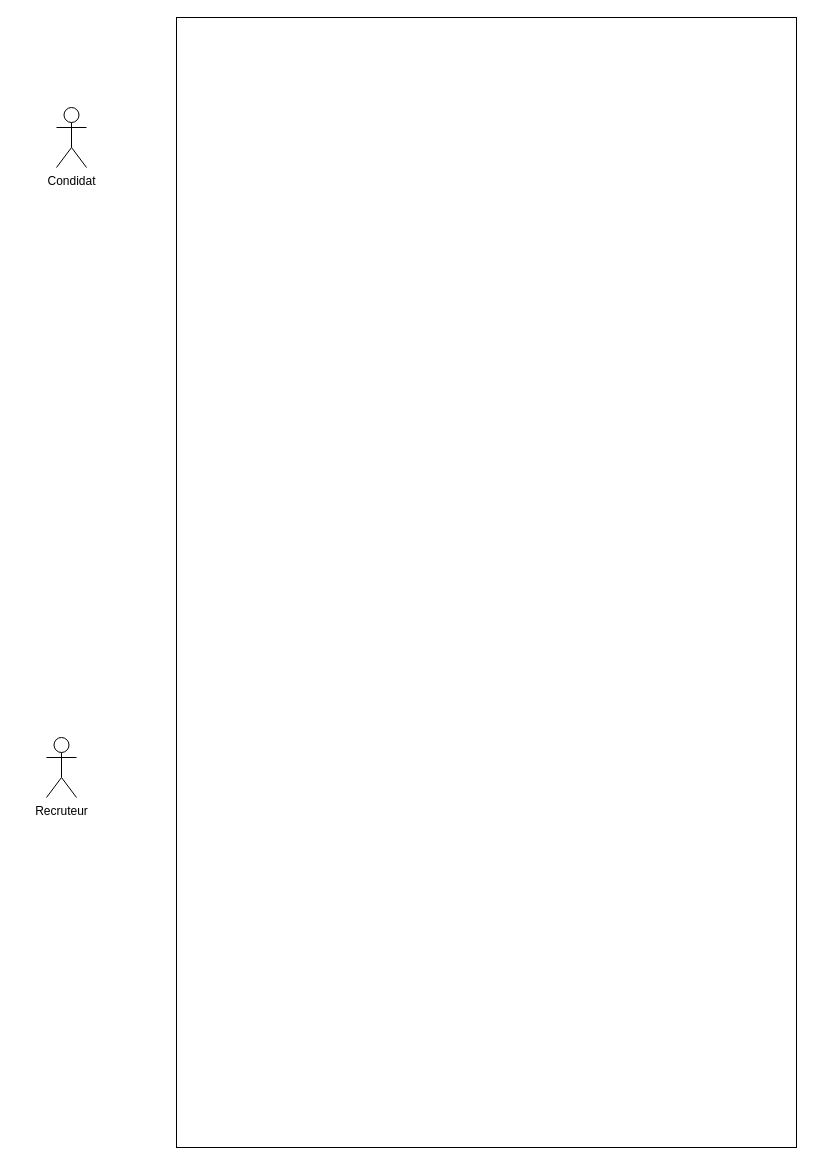
Earlier version of the draw.io diagram diagrammes/TalentPool (use case).drawio (AHLALLAY/TalentPool). Source tidied: cells renumbered, new cells numbered last; positions are measured from the earlier drawing's top-left corner, leaving out a move shared by most shapes. Both pictures are drawn from the tidied source at 100%, with x=0, y=0 at pixel (46, 17).
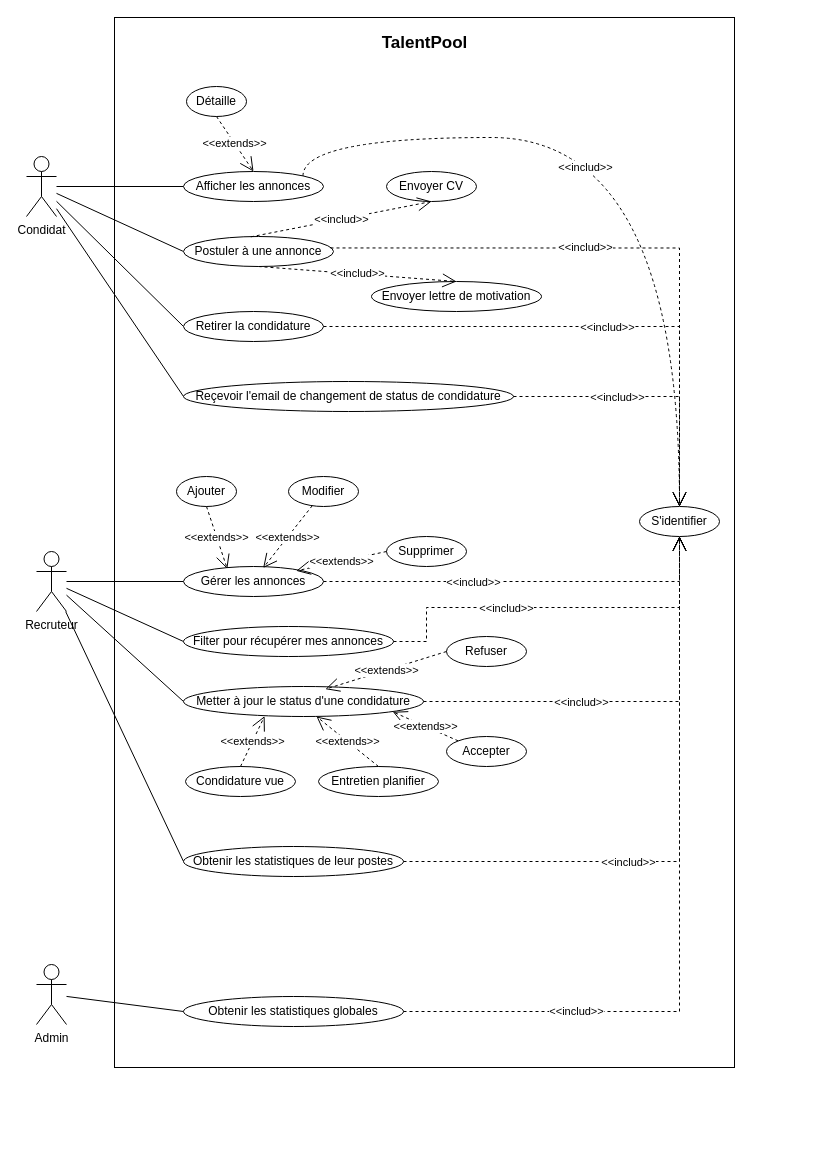
After the change.

Commit message (it also covers changes not shown here):
feat: Ajouter le diagramme de cas d'utilisateur

Diff of the diagram source:
```diff
@@
-    <mxCell id="2" style="rounded=0;whiteSpace=wrap;html=1;" parent="1" vertex="1">
-      <mxGeometry x="130" width="620" height="1130" as="geometry" />
+    <mxCell id="2" style="rounded=0;whiteSpace=wrap;html=1;align=center;" parent="1" vertex="1">
+      <mxGeometry x="68" width="620" height="1050" as="geometry" />
     </mxCell>
+    <mxCell id="5" style="rounded=0;jettySize=auto;html=1;entryX=0;entryY=0.5;entryDx=0;entryDy=0;endArrow=none;startFill=0;" parent="1" edge="1" source="3" target="10">
+      <mxGeometry relative="1" as="geometry" />
+    </mxCell>
+    <mxCell id="6" style="rounded=0;jettySize=auto;html=1;entryX=0;entryY=0.5;entryDx=0;entryDy=0;endArrow=none;startFill=0;" parent="1" edge="1" source="3" target="11">
+      <mxGeometry relative="1" as="geometry" />
+    </mxCell>
+    <mxCell id="7" style="rounded=0;jettySize=auto;html=1;entryX=0;entryY=0.5;entryDx=0;entryDy=0;endArrow=none;startFill=0;" parent="1" edge="1" source="3" target="12">
+      <mxGeometry relative="1" as="geometry" />
+    </mxCell>
+    <mxCell id="8" style="rounded=0;jettySize=auto;html=1;entryX=0;entryY=0.5;entryDx=0;entryDy=0;endArrow=none;startFill=0;" parent="1" edge="1" source="3" target="13">
+      <mxGeometry relative="1" as="geometry" />
+    </mxCell>
     <mxCell id="3" value="Condidat" style="shape=umlActor;verticalLabelPosition=bottom;verticalAlign=top;html=1;outlineConnect=0;" parent="1" vertex="1">
-      <mxGeometry x="10" y="90" width="30" height="60" as="geometry" />
+      <mxGeometry x="-20" y="139" width="30" height="60" as="geometry" />
     </mxCell>
+    <mxCell id="9" style="rounded=0;jettySize=auto;html=1;entryX=0;entryY=0.5;entryDx=0;entryDy=0;endArrow=none;startFill=0;" parent="1" edge="1" source="4" target="43">
+      <mxGeometry relative="1" as="geometry" />
+    </mxCell>
-    <mxCell id="4" value="Recruteur" style="shape=umlActor;verticalLabelPosition=bottom;verticalAlign=top;html=1;outlineConnect=0;" parent="1" vertex="1">
-      <mxGeometry y="720" width="30" height="60" as="geometry" />
+    <mxCell id="4" value="Admin" style="shape=umlActor;verticalLabelPosition=bottom;verticalAlign=top;html=1;outlineConnect=0;" parent="1" vertex="1">
+      <mxGeometry x="-10" y="947" width="30" height="60" as="geometry" />
     </mxCell>
+    <mxCell id="10" value="Afficher les annonces" style="ellipse;whiteSpace=wrap;html=1;" parent="1" vertex="1">
+      <mxGeometry x="137" y="154" width="140" height="30" as="geometry" />
+    </mxCell>
+    <mxCell id="11" value="Postuler à une annonce" style="ellipse;whiteSpace=wrap;html=1;" parent="1" vertex="1">
+      <mxGeometry x="137" y="219" width="150" height="30" as="geometry" />
+    </mxCell>
+    <mxCell id="12" value="Retirer la condidature" style="ellipse;whiteSpace=wrap;html=1;" parent="1" vertex="1">
+      <mxGeometry x="137" y="294" width="140" height="30" as="geometry" />
+    </mxCell>
+    <mxCell id="13" value="Reçevoir l'email de changement de status de condidature" style="ellipse;whiteSpace=wrap;html=1;" parent="1" vertex="1">
+      <mxGeometry x="137" y="364" width="330" height="30" as="geometry" />
+    </mxCell>
+    <mxCell id="14" style="rounded=0;jettySize=auto;html=1;entryX=0;entryY=0.5;entryDx=0;entryDy=0;endArrow=none;startFill=0;" parent="1" edge="1" source="18" target="21">
+      <mxGeometry relative="1" as="geometry" />
+    </mxCell>
+    <mxCell id="15" style="rounded=0;jettySize=auto;html=1;entryX=0;entryY=0.5;entryDx=0;entryDy=0;endArrow=none;startFill=0;" parent="1" edge="1" source="18" target="32">
+      <mxGeometry relative="1" as="geometry" />
+    </mxCell>
+    <mxCell id="16" style="rounded=0;jettySize=auto;html=1;entryX=0;entryY=0.5;entryDx=0;entryDy=0;endArrow=none;startFill=0;" parent="1" edge="1" source="18" target="33">
+      <mxGeometry relative="1" as="geometry" />
+    </mxCell>
+    <mxCell id="17" style="rounded=0;jettySize=auto;html=1;entryX=0;entryY=0.5;entryDx=0;entryDy=0;endArrow=none;startFill=0;" parent="1" edge="1" source="18" target="42">
+      <mxGeometry relative="1" as="geometry" />
+    </mxCell>
+    <mxCell id="18" value="Recruteur" style="shape=umlActor;verticalLabelPosition=bottom;verticalAlign=top;html=1;outlineConnect=0;" parent="1" vertex="1">
+      <mxGeometry x="-10" y="534" width="30" height="60" as="geometry" />
+    </mxCell>
+    <mxCell id="19" value="Détaille" style="ellipse;whiteSpace=wrap;html=1;" parent="1" vertex="1">
+      <mxGeometry x="140" y="69" width="60" height="30" as="geometry" />
+    </mxCell>
+    <mxCell id="20" value="&amp;lt;&amp;lt;extends&amp;gt;&amp;gt;" style="endArrow=open;endSize=12;dashed=1;html=1;rounded=0;exitX=0.5;exitY=1;exitDx=0;exitDy=0;entryX=0.5;entryY=0;entryDx=0;entryDy=0;" parent="1" edge="1" source="19" target="10">
+      <mxGeometry relative="1" as="geometry" />
+    </mxCell>
+    <mxCell id="21" value="Gérer les annonces" style="ellipse;whiteSpace=wrap;html=1;align=center;" parent="1" vertex="1">
+      <mxGeometry x="137" y="549" width="140" height="30" as="geometry" />
+    </mxCell>
+    <mxCell id="22" value="Ajouter" style="ellipse;whiteSpace=wrap;html=1;" parent="1" vertex="1">
+      <mxGeometry x="130" y="459" width="60" height="30" as="geometry" />
+    </mxCell>
+    <mxCell id="23" value="Modifier" style="ellipse;whiteSpace=wrap;html=1;" parent="1" vertex="1">
+      <mxGeometry x="242" y="459" width="70" height="30" as="geometry" />
+    </mxCell>
+    <mxCell id="24" value="Supprimer" style="ellipse;whiteSpace=wrap;html=1;" parent="1" vertex="1">
+      <mxGeometry x="340" y="519" width="80" height="30" as="geometry" />
+    </mxCell>
+    <mxCell id="25" value="&amp;lt;&amp;lt;extends&amp;gt;&amp;gt;" style="endArrow=open;endSize=12;dashed=1;html=1;rounded=0;exitX=0.5;exitY=1;exitDx=0;exitDy=0;entryX=0.313;entryY=0.082;entryDx=0;entryDy=0;entryPerimeter=0;" parent="1" edge="1" source="22" target="21">
+      <mxGeometry relative="1" as="geometry" />
+    </mxCell>
+    <mxCell id="26" value="&amp;lt;&amp;lt;extends&amp;gt;&amp;gt;" style="endArrow=open;endSize=12;dashed=1;html=1;rounded=0;entryX=0.569;entryY=0.049;entryDx=0;entryDy=0;entryPerimeter=0;" parent="1" edge="1" source="23" target="21">
+      <mxGeometry relative="1" as="geometry" />
+    </mxCell>
+    <mxCell id="27" value="&amp;lt;&amp;lt;extends&amp;gt;&amp;gt;" style="endArrow=open;endSize=12;dashed=1;html=1;rounded=0;entryX=0.805;entryY=0.145;entryDx=0;entryDy=0;exitX=0;exitY=0.5;exitDx=0;exitDy=0;entryPerimeter=0;" parent="1" edge="1" source="24" target="21">
+      <mxGeometry relative="1" as="geometry" />
+    </mxCell>
+    <mxCell id="28" value="Envoyer CV" style="ellipse;whiteSpace=wrap;html=1;" parent="1" vertex="1">
+      <mxGeometry x="340" y="154" width="90" height="30" as="geometry" />
+    </mxCell>
+    <mxCell id="29" value="Envoyer lettre de motivation" style="ellipse;whiteSpace=wrap;html=1;" parent="1" vertex="1">
+      <mxGeometry x="325" y="264" width="170" height="30" as="geometry" />
+    </mxCell>
+    <mxCell id="30" value="&amp;lt;&amp;lt;includ&amp;gt;&amp;gt;" style="endArrow=open;endSize=12;dashed=1;html=1;rounded=0;entryX=0.5;entryY=1;entryDx=0;entryDy=0;exitX=0.449;exitY=0.011;exitDx=0;exitDy=0;exitPerimeter=0;" parent="1" edge="1" source="11" target="28">
+      <mxGeometry relative="1" as="geometry" />
+    </mxCell>
+    <mxCell id="31" value="&amp;lt;&amp;lt;includ&amp;gt;&amp;gt;" style="endArrow=open;endSize=12;dashed=1;html=1;rounded=0;entryX=0.5;entryY=0;entryDx=0;entryDy=0;exitX=0.5;exitY=1;exitDx=0;exitDy=0;" parent="1" edge="1" source="11" target="29">
+      <mxGeometry relative="1" as="geometry" />
+    </mxCell>
+    <mxCell id="32" value="Filter pour récupérer mes annonces" style="ellipse;whiteSpace=wrap;html=1;align=center;" parent="1" vertex="1">
+      <mxGeometry x="137" y="609" width="210" height="30" as="geometry" />
+    </mxCell>
+    <mxCell id="33" value="Metter à jour le status d'une condidature" style="ellipse;whiteSpace=wrap;html=1;align=center;" parent="1" vertex="1">
+      <mxGeometry x="137" y="669" width="240" height="30" as="geometry" />
+    </mxCell>
+    <mxCell id="34" value="Accepter" style="ellipse;whiteSpace=wrap;html=1;align=center;" parent="1" vertex="1">
+      <mxGeometry x="400" y="719" width="80" height="30" as="geometry" />
+    </mxCell>
+    <mxCell id="35" value="Entretien planifier" style="ellipse;whiteSpace=wrap;html=1;" parent="1" vertex="1">
+      <mxGeometry x="272" y="749" width="120" height="30" as="geometry" />
+    </mxCell>
+    <mxCell id="36" value="Condidature vue" style="ellipse;whiteSpace=wrap;html=1;" parent="1" vertex="1">
+      <mxGeometry x="139" y="749" width="110" height="30" as="geometry" />
+    </mxCell>
+    <mxCell id="37" value="Refuser" style="ellipse;whiteSpace=wrap;html=1;align=center;" parent="1" vertex="1">
+      <mxGeometry x="400" y="619" width="80" height="30" as="geometry" />
+    </mxCell>
+    <mxCell id="38" value="&amp;lt;&amp;lt;extends&amp;gt;&amp;gt;" style="endArrow=open;endSize=12;dashed=1;html=1;rounded=0;entryX=0.338;entryY=0.987;entryDx=0;entryDy=0;exitX=0.5;exitY=0;exitDx=0;exitDy=0;entryPerimeter=0;" parent="1" edge="1" source="36" target="33">
+      <mxGeometry relative="1" as="geometry" />
+    </mxCell>
+    <mxCell id="39" value="&amp;lt;&amp;lt;extends&amp;gt;&amp;gt;" style="endArrow=open;endSize=12;dashed=1;html=1;rounded=0;exitX=0.5;exitY=0;exitDx=0;exitDy=0;" parent="1" edge="1" source="35">
+      <mxGeometry relative="1" as="geometry">
+        <mxPoint x="270" y="699" as="targetPoint" />
+      </mxGeometry>
+    </mxCell>
+    <mxCell id="40" value="&lt;span&gt;&amp;lt;&amp;lt;extends&amp;gt;&amp;gt;&lt;/span&gt;" style="endArrow=open;endSize=12;dashed=1;html=1;rounded=0;entryX=0.872;entryY=0.844;entryDx=0;entryDy=0;exitX=0;exitY=0;exitDx=0;exitDy=0;entryPerimeter=0;" parent="1" edge="1" source="34" target="33">
+      <mxGeometry relative="1" as="geometry" />
+    </mxCell>
+    <mxCell id="41" value="&amp;lt;&amp;lt;extends&amp;gt;&amp;gt;" style="endArrow=open;endSize=12;dashed=1;html=1;rounded=0;entryX=0.591;entryY=0.089;entryDx=0;entryDy=0;exitX=0;exitY=0.5;exitDx=0;exitDy=0;entryPerimeter=0;" parent="1" edge="1" source="37" target="33">
+      <mxGeometry relative="1" as="geometry" />
+    </mxCell>
+    <mxCell id="42" value="Obtenir les statistiques de leur&amp;nbsp;&lt;span style=&quot;background-color: transparent; color: light-dark(rgb(0, 0, 0), rgb(255, 255, 255));&quot;&gt;postes&lt;/span&gt;" style="ellipse;whiteSpace=wrap;html=1;align=center;" parent="1" vertex="1">
+      <mxGeometry x="137" y="829" width="220" height="30" as="geometry" />
+    </mxCell>
+    <mxCell id="43" value="Obtenir les statistiques globales" style="ellipse;whiteSpace=wrap;html=1;align=center;" parent="1" vertex="1">
+      <mxGeometry x="137" y="979" width="220" height="30" as="geometry" />
+    </mxCell>
+    <mxCell id="44" value="&lt;h1 style=&quot;box-sizing: border-box; border: 0px solid; --tw-border-spacing-x: 0; --tw-border-spacing-y: 0; --tw-translate-x: 0; --tw-translate-y: 0; --tw-rotate: 0; --tw-skew-x: 0; --tw-skew-y: 0; --tw-scale-x: 1; --tw-scale-y: 1; --tw-pan-x: ; --tw-pan-y: ; --tw-pinch-zoom: ; --tw-scroll-snap-strictness: proximity; --tw-gradient-from-position: ; --tw-gradient-via-position: ; --tw-gradient-to-position: ; --tw-ordinal: ; --tw-slashed-zero: ; --tw-numeric-figure: ; --tw-numeric-spacing: ; --tw-numeric-fraction: ; --tw-ring-inset: ; --tw-ring-offset-width: 0px; --tw-ring-offset-color: light-dark(#fff, #000000); --tw-ring-color: light-dark(rgba(59,130,246,.5), #4c89ec); --tw-ring-offset-shadow: 0 0 #0000; --tw-ring-shadow: 0 0 #0000; --tw-shadow: 0 0 #0000; --tw-shadow-colored: 0 0 #0000; --tw-blur: ; --tw-brightness: ; --tw-contrast: ; --tw-grayscale: ; --tw-hue-rotate: ; --tw-invert: ; --tw-saturate: ; --tw-sepia: ; --tw-drop-shadow: ; --tw-backdrop-blur: ; --tw-backdrop-brightness: ; --tw-backdrop-contrast: ; --tw-backdrop-grayscale: ; --tw-backdrop-hue-rotate: ; --tw-backdrop-invert: ; --tw-backdrop-opacity: ; --tw-backdrop-saturate: ; --tw-backdrop-sepia: ; --tw-contain-size: ; --tw-contain-layout: ; --tw-contain-paint: ; --tw-contain-style: ; margin: 0px; font-family: &amp;quot;Nunito Sans&amp;quot;, sans-serif; line-height: 2rem; color: var(--text-color,#000000); text-wrap-mode: wrap; background-color: rgb(255, 255, 255);&quot; class=&quot;sc-6a4c5dd9-0 dXTcni&quot;&gt;&lt;font style=&quot;font-size: 17px;&quot;&gt;TalentPool&lt;/font&gt;&lt;/h1&gt;" style="text;align=center;fontStyle=1;verticalAlign=middle;spacingLeft=3;spacingRight=3;strokeColor=none;html=1;direction=west;flipH=1;flipV=0;" parent="1" vertex="1">
+      <mxGeometry x="331" y="8" width="94" height="32" as="geometry" />
+    </mxCell>
+    <mxCell id="45" value="S'identifier" style="ellipse;whiteSpace=wrap;html=1;" parent="1" vertex="1">
+      <mxGeometry x="593" y="489" width="80" height="30" as="geometry" />
+    </mxCell>
+    <mxCell id="46" value="&amp;lt;&amp;lt;includ&amp;gt;&amp;gt;" style="endArrow=open;endSize=12;dashed=1;html=1;rounded=0;entryX=0.5;entryY=0;entryDx=0;entryDy=0;exitX=1;exitY=0;exitDx=0;exitDy=0;edgeStyle=orthogonalEdgeStyle;curved=1;" parent="1" edge="1" source="10" target="45">
+      <mxGeometry x="-0.18" y="-30" relative="1" as="geometry">
+        <Array as="points">
+          <mxPoint x="257" y="120" />
+          <mxPoint x="633" y="120" />
+        </Array>
+      </mxGeometry>
+    </mxCell>
+    <mxCell id="47" value="&amp;lt;&amp;lt;includ&amp;gt;&amp;gt;" style="endArrow=open;endSize=12;dashed=1;html=1;rounded=0;exitX=0.98;exitY=0.382;exitDx=0;exitDy=0;edgeStyle=orthogonalEdgeStyle;exitPerimeter=0;" parent="1" edge="1" source="11" target="45">
+      <mxGeometry x="-0.16" relative="1" as="geometry" />
+    </mxCell>
+    <mxCell id="48" value="&amp;lt;&amp;lt;includ&amp;gt;&amp;gt;" style="endArrow=open;endSize=12;dashed=1;html=1;rounded=0;exitX=1;exitY=0.5;exitDx=0;exitDy=0;edgeStyle=orthogonalEdgeStyle;entryX=0.5;entryY=0;entryDx=0;entryDy=0;" parent="1" edge="1" source="12" target="45">
+      <mxGeometry x="0.06" y="-1" relative="1" as="geometry" />
+    </mxCell>
+    <mxCell id="49" value="&amp;lt;&amp;lt;includ&amp;gt;&amp;gt;" style="endArrow=open;endSize=12;dashed=1;html=1;rounded=0;exitX=1;exitY=0.5;exitDx=0;exitDy=0;edgeStyle=orthogonalEdgeStyle;entryX=0.5;entryY=0;entryDx=0;entryDy=0;" parent="1" edge="1" source="13" target="45">
+      <mxGeometry x="-0.25" y="-1" relative="1" as="geometry" />
+    </mxCell>
+    <mxCell id="50" value="&amp;lt;&amp;lt;includ&amp;gt;&amp;gt;" style="endArrow=open;endSize=12;dashed=1;html=1;rounded=0;exitX=1;exitY=0.5;exitDx=0;exitDy=0;edgeStyle=orthogonalEdgeStyle;entryX=0.5;entryY=1;entryDx=0;entryDy=0;" parent="1" edge="1" source="21" target="45">
+      <mxGeometry x="-0.25" y="-1" relative="1" as="geometry" />
+    </mxCell>
+    <mxCell id="51" value="&amp;lt;&amp;lt;includ&amp;gt;&amp;gt;" style="endArrow=open;endSize=12;dashed=1;html=1;rounded=0;exitX=1;exitY=0.5;exitDx=0;exitDy=0;edgeStyle=orthogonalEdgeStyle;entryX=0.5;entryY=1;entryDx=0;entryDy=0;" parent="1" edge="1" source="32" target="45">
+      <mxGeometry x="-0.25" y="-1" relative="1" as="geometry">
+        <Array as="points">
+          <mxPoint x="380" y="624" />
+          <mxPoint x="380" y="590" />
+          <mxPoint x="633" y="590" />
+        </Array>
+      </mxGeometry>
+    </mxCell>
+    <mxCell id="52" value="&amp;lt;&amp;lt;includ&amp;gt;&amp;gt;" style="endArrow=open;endSize=12;dashed=1;html=1;rounded=0;exitX=1;exitY=0.5;exitDx=0;exitDy=0;edgeStyle=orthogonalEdgeStyle;entryX=0.5;entryY=1;entryDx=0;entryDy=0;" parent="1" edge="1" source="33" target="45">
+      <mxGeometry x="-0.25" y="-1" relative="1" as="geometry">
+        <Array as="points">
+          <mxPoint x="633" y="684" />
+        </Array>
+      </mxGeometry>
+    </mxCell>
+    <mxCell id="53" value="&amp;lt;&amp;lt;includ&amp;gt;&amp;gt;" style="endArrow=open;endSize=12;dashed=1;html=1;rounded=0;exitX=1;exitY=0.5;exitDx=0;exitDy=0;edgeStyle=orthogonalEdgeStyle;entryX=0.5;entryY=1;entryDx=0;entryDy=0;" parent="1" edge="1" source="42" target="45">
+      <mxGeometry x="-0.25" y="-1" relative="1" as="geometry">
+        <Array as="points">
+          <mxPoint x="633" y="844" />
+        </Array>
+      </mxGeometry>
+    </mxCell>
+    <mxCell id="54" value="&amp;lt;&amp;lt;includ&amp;gt;&amp;gt;" style="endArrow=open;endSize=12;dashed=1;html=1;rounded=0;exitX=1;exitY=0.5;exitDx=0;exitDy=0;edgeStyle=orthogonalEdgeStyle;entryX=0.5;entryY=1;entryDx=0;entryDy=0;" parent="1" edge="1" source="43" target="45">
+      <mxGeometry x="-0.54" relative="1" as="geometry">
+        <Array as="points">
+          <mxPoint x="633" y="994" />
+        </Array>
+      </mxGeometry>
+    </mxCell>
```
